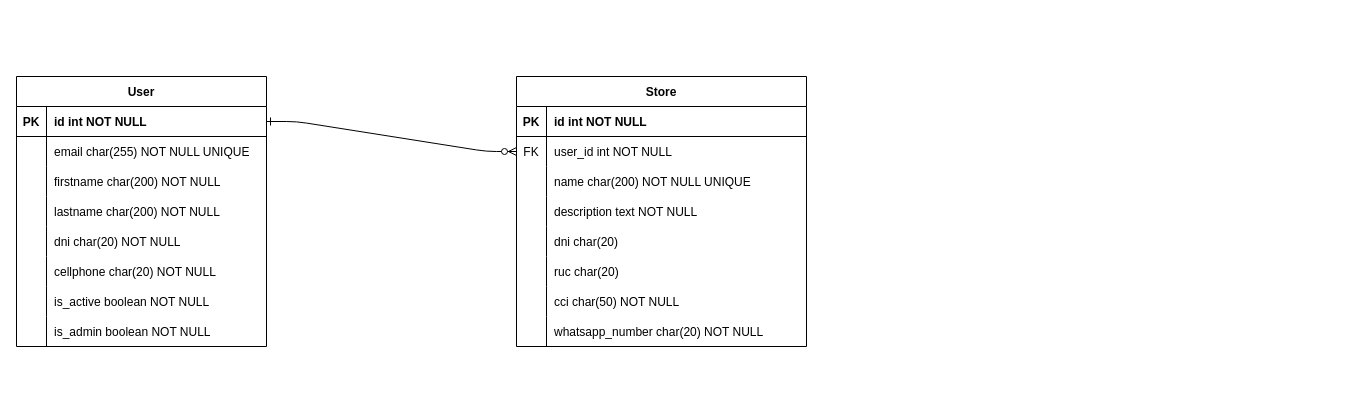
Above: db_model.drawio in webtaken/yala (draw.io), before the change. Source tidied: cells renumbered, new cells numbered last; positions are measured from the earlier drawing's top-left corner, leaving out a move shared by most shapes. Both pictures are drawn from the tidied source at 100%, with x=0, y=0 at pixel (16, 76).
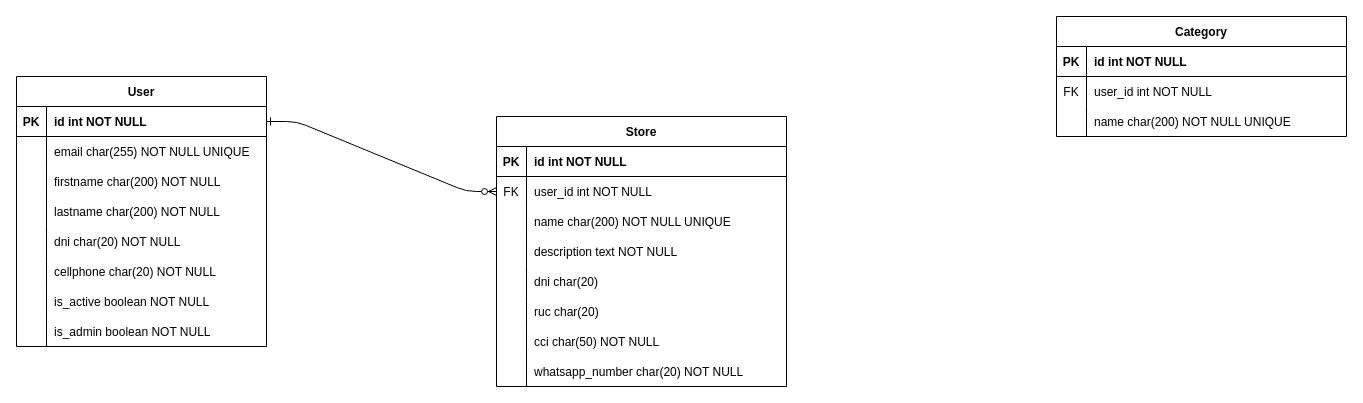
The same diagram, later.

Diff of the diagram source:
```diff
@@
     <mxCell id="28" value="Store" style="shape=table;startSize=30;childLayout=tableLayout;rowLines=0;fontStyle=1;align=center;" parent="1" vertex="1">
-      <mxGeometry x="500" width="290" height="270" as="geometry" />
+      <mxGeometry x="480" y="40" width="290" height="270" as="geometry" />
     </mxCell>
@@
+    <mxCell id="53" value="Category" style="shape=table;startSize=30;childLayout=tableLayout;rowLines=0;fontStyle=1;align=center;" parent="1" vertex="1">
+      <mxGeometry x="1040" y="-60" width="290" height="120" as="geometry" />
+    </mxCell>
+    <mxCell id="54" style="shape=partialRectangle;fillColor=none;top=0;left=0;right=0;bottom=1;" parent="53" vertex="1">
+      <mxGeometry y="30" width="290" height="30" as="geometry" />
+    </mxCell>
+    <mxCell id="55" value="PK" style="shape=partialRectangle;overflow=hidden;fillColor=none;top=0;left=0;bottom=0;right=0;fontStyle=1;" parent="54" vertex="1">
+      <mxGeometry width="30" height="30" as="geometry" />
+    </mxCell>
+    <mxCell id="56" value="id int NOT NULL " style="shape=partialRectangle;overflow=hidden;fillColor=none;top=0;left=0;bottom=0;right=0;align=left;spacingLeft=6;fontStyle=1;" parent="54" vertex="1">
+      <mxGeometry x="30" width="260" height="30" as="geometry" />
+    </mxCell>
+    <mxCell id="57" style="shape=partialRectangle;fillColor=none;top=0;left=0;right=0;bottom=0;" parent="53" vertex="1">
+      <mxGeometry y="60" width="290" height="30" as="geometry" />
+    </mxCell>
+    <mxCell id="58" value="FK" style="shape=partialRectangle;overflow=hidden;fillColor=none;top=0;left=0;bottom=0;right=0;" parent="57" vertex="1">
+      <mxGeometry width="30" height="30" as="geometry" />
+    </mxCell>
+    <mxCell id="59" value="user_id int NOT NULL" style="shape=partialRectangle;overflow=hidden;fillColor=none;top=0;left=0;bottom=0;right=0;align=left;spacingLeft=6;" parent="57" vertex="1">
+      <mxGeometry x="30" width="260" height="30" as="geometry" />
+    </mxCell>
+    <mxCell id="60" style="shape=partialRectangle;fillColor=none;top=0;left=0;right=0;bottom=0;" parent="53" vertex="1">
+      <mxGeometry y="90" width="290" height="30" as="geometry" />
+    </mxCell>
+    <mxCell id="61" style="shape=partialRectangle;overflow=hidden;fillColor=none;top=0;left=0;bottom=0;right=0;" parent="60" vertex="1">
+      <mxGeometry width="30" height="30" as="geometry" />
+    </mxCell>
+    <mxCell id="62" value="name char(200) NOT NULL UNIQUE" style="shape=partialRectangle;overflow=hidden;fillColor=none;top=0;left=0;bottom=0;right=0;align=left;spacingLeft=6;" parent="60" vertex="1">
+      <mxGeometry x="30" width="260" height="30" as="geometry" />
+    </mxCell>
```
